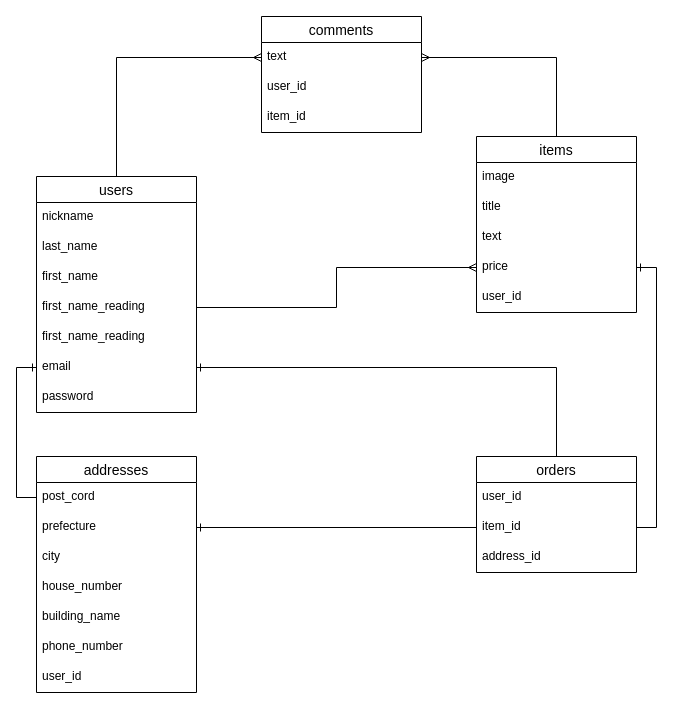
Above: furima.dio in srfm4623/furima-33560 (draw.io), before the change. Source tidied: cells renumbered, new cells numbered last; positions are measured from the earlier drawing's top-left corner, leaving out a move shared by most shapes. Both pictures are drawn from the tidied source at 100%, with x=0, y=0 at pixel (36, 16).
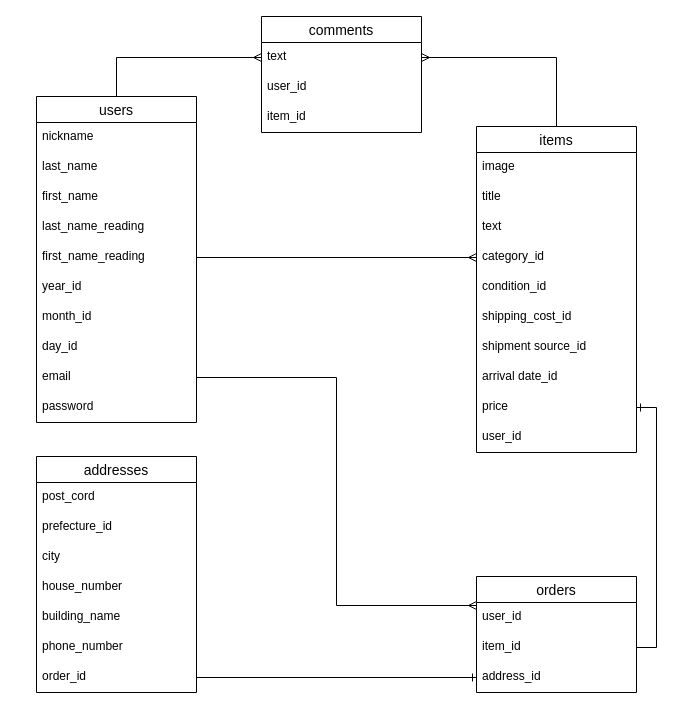
The same diagram, later.

The change refers to these unchanged cells:
```xml
<mxCell id="22" value="addresses" style="swimlane;fontStyle=0;horizontal=1;startSize=26;align=center;fontSize=14;" parent="1" vertex="1">
  <mxGeometry y="440" width="160" height="236" as="geometry" />
</mxCell>
<mxCell id="23" value="post_cord" style="text;strokeColor=none;fillColor=none;spacingLeft=4;spacingRight=4;overflow=hidden;points=[[0,0.5],[1,0.5]];portConstraint=eastwest;fontSize=12;" parent="22" vertex="1">
  <mxGeometry y="26" width="160" height="30" as="geometry" />
</mxCell>
<mxCell id="33" value="item_id" style="text;strokeColor=none;fillColor=none;spacingLeft=4;spacingRight=4;overflow=hidden;points=[[0,0.5],[1,0.5]];portConstraint=eastwest;fontSize=12;" parent="31" vertex="1">
  <mxGeometry y="56" width="160" height="30" as="geometry" />
</mxCell>
<mxCell id="34" value="address_id" style="text;strokeColor=none;fillColor=none;spacingLeft=4;spacingRight=4;overflow=hidden;points=[[0,0.5],[1,0.5]];portConstraint=eastwest;fontSize=12;" parent="31" vertex="1">
  <mxGeometry y="86" width="160" height="30" as="geometry" />
</mxCell>
```

Change to the diagram source:
```diff
@@
     <mxCell id="7" value="users" style="swimlane;fontStyle=0;horizontal=1;startSize=26;align=center;fontSize=14;" parent="1" vertex="1">
-      <mxGeometry y="160" width="160" height="236" as="geometry" />
+      <mxGeometry y="80" width="160" height="326" as="geometry" />
     </mxCell>
@@
+    <mxCell id="12" value="last_name_reading" style="text;strokeColor=none;fillColor=none;spacingLeft=4;spacingRight=4;overflow=hidden;fontSize=12;" parent="7" vertex="1">
+      <mxGeometry y="116" width="160" height="30" as="geometry" />
+    </mxCell>
     <mxCell id="11" value="first_name_reading" style="text;strokeColor=none;fillColor=none;spacingLeft=4;spacingRight=4;overflow=hidden;points=[[0,0.5],[1,0.5]];portConstraint=eastwest;fontSize=12;" parent="7" vertex="1">
-      <mxGeometry y="116" width="160" height="30" as="geometry" />
+      <mxGeometry y="146" width="160" height="30" as="geometry" />
     </mxCell>
-    <mxCell id="12" value="first_name_reading" style="text;strokeColor=none;fillColor=none;spacingLeft=4;spacingRight=4;overflow=hidden;fontSize=12;" parent="7" vertex="1">
-      <mxGeometry y="146" width="160" height="30" as="geometry" />
-    </mxCell>
+    <mxCell id="39" value="year_id" style="text;strokeColor=none;fillColor=none;spacingLeft=4;spacingRight=4;overflow=hidden;fontSize=12;" parent="7" vertex="1">
+      <mxGeometry y="176" width="160" height="30" as="geometry" />
+    </mxCell>
+    <mxCell id="40" value="month_id" style="text;strokeColor=none;fillColor=none;spacingLeft=4;spacingRight=4;overflow=hidden;fontSize=12;" parent="7" vertex="1">
+      <mxGeometry y="206" width="160" height="30" as="geometry" />
+    </mxCell>
+    <mxCell id="41" value="day_id" style="text;strokeColor=none;fillColor=none;spacingLeft=4;spacingRight=4;overflow=hidden;fontSize=12;" parent="7" vertex="1">
+      <mxGeometry y="236" width="160" height="30" as="geometry" />
+    </mxCell>
     <mxCell id="13" value="email" style="text;strokeColor=none;fillColor=none;spacingLeft=4;spacingRight=4;overflow=hidden;points=[[0,0.5],[1,0.5]];portConstraint=eastwest;fontSize=12;" parent="7" vertex="1">
-      <mxGeometry y="176" width="160" height="30" as="geometry" />
+      <mxGeometry y="266" width="160" height="30" as="geometry" />
     </mxCell>
     <mxCell id="14" value="password" style="text;strokeColor=none;fillColor=none;spacingLeft=4;spacingRight=4;overflow=hidden;fontSize=12;" parent="7" vertex="1">
-      <mxGeometry y="206" width="160" height="30" as="geometry" />
+      <mxGeometry y="296" width="160" height="30" as="geometry" />
     </mxCell>
@@
     <mxCell id="16" value="items" style="swimlane;fontStyle=0;horizontal=1;startSize=26;align=center;fontSize=14;" parent="1" vertex="1">
-      <mxGeometry x="440" y="120" width="160" height="176" as="geometry" />
+      <mxGeometry x="440" y="110" width="160" height="326" as="geometry" />
     </mxCell>
@@
+    <mxCell id="42" value="category_id" style="text;strokeColor=none;fillColor=none;spacingLeft=4;spacingRight=4;overflow=hidden;points=[[0,0.5],[1,0.5]];portConstraint=eastwest;fontSize=12;" parent="16" vertex="1">
+      <mxGeometry y="116" width="160" height="30" as="geometry" />
+    </mxCell>
+    <mxCell id="43" value="condition_id" style="text;strokeColor=none;fillColor=none;spacingLeft=4;spacingRight=4;overflow=hidden;fontSize=12;" parent="16" vertex="1">
+      <mxGeometry y="146" width="160" height="30" as="geometry" />
+    </mxCell>
+    <mxCell id="44" value="shipping_cost_id" style="text;strokeColor=none;fillColor=none;spacingLeft=4;spacingRight=4;overflow=hidden;fontSize=12;" parent="16" vertex="1">
+      <mxGeometry y="176" width="160" height="30" as="geometry" />
+    </mxCell>
+    <mxCell id="45" value="shipment source_id" style="text;strokeColor=none;fillColor=none;spacingLeft=4;spacingRight=4;overflow=hidden;fontSize=12;" parent="16" vertex="1">
+      <mxGeometry y="206" width="160" height="30" as="geometry" />
+    </mxCell>
+    <mxCell id="46" value="arrival date_id" style="text;strokeColor=none;fillColor=none;spacingLeft=4;spacingRight=4;overflow=hidden;fontSize=12;" parent="16" vertex="1">
+      <mxGeometry y="236" width="160" height="30" as="geometry" />
+    </mxCell>
     <mxCell id="20" value="price" style="text;strokeColor=none;fillColor=none;spacingLeft=4;spacingRight=4;overflow=hidden;points=[[0,0.5],[1,0.5]];portConstraint=eastwest;fontSize=12;" parent="16" vertex="1">
-      <mxGeometry y="116" width="160" height="30" as="geometry" />
+      <mxGeometry y="266" width="160" height="30" as="geometry" />
     </mxCell>
     <mxCell id="21" value="user_id" style="text;strokeColor=none;fillColor=none;spacingLeft=4;spacingRight=4;overflow=hidden;fontSize=12;" parent="16" vertex="1">
-      <mxGeometry y="146" width="160" height="30" as="geometry" />
+      <mxGeometry y="296" width="160" height="30" as="geometry" />
     </mxCell>
@@
-    <mxCell id="24" value="prefecture" style="text;strokeColor=none;fillColor=none;spacingLeft=4;spacingRight=4;overflow=hidden;points=[[0,0.5],[1,0.5]];portConstraint=eastwest;fontSize=12;" parent="22" vertex="1">
+    <mxCell id="24" value="prefecture_id" style="text;strokeColor=none;fillColor=none;spacingLeft=4;spacingRight=4;overflow=hidden;points=[[0,0.5],[1,0.5]];portConstraint=eastwest;fontSize=12;" parent="22" vertex="1">
       <mxGeometry y="56" width="160" height="30" as="geometry" />
     </mxCell>
@@
-    <mxCell id="29" value="user_id" style="text;strokeColor=none;fillColor=none;spacingLeft=4;spacingRight=4;overflow=hidden;points=[[0,0.5],[1,0.5]];portConstraint=eastwest;fontSize=12;" parent="22" vertex="1">
+    <mxCell id="29" value="order_id" style="text;strokeColor=none;fillColor=none;spacingLeft=4;spacingRight=4;overflow=hidden;points=[[0,0.5],[1,0.5]];portConstraint=eastwest;fontSize=12;" parent="22" vertex="1">
       <mxGeometry y="206" width="160" height="30" as="geometry" />
     </mxCell>
-    <mxCell id="30" style="edgeStyle=orthogonalEdgeStyle;rounded=0;jettySize=auto;html=1;exitX=0.5;exitY=0;exitDx=0;exitDy=0;entryX=1;entryY=0.5;entryDx=0;entryDy=0;endArrow=ERone;endFill=0;" parent="1" edge="1" source="31" target="13">
-      <mxGeometry relative="1" as="geometry" />
-    </mxCell>
     <mxCell id="31" value="orders" style="swimlane;fontStyle=0;horizontal=1;startSize=26;align=center;fontSize=14;" parent="1" vertex="1">
-      <mxGeometry x="440" y="440" width="160" height="116" as="geometry" />
+      <mxGeometry x="440" y="560" width="160" height="116" as="geometry" />
     </mxCell>
@@
-    <mxCell id="35" style="edgeStyle=orthogonalEdgeStyle;rounded=0;jettySize=auto;html=1;exitX=1;exitY=0.5;exitDx=0;exitDy=0;entryX=0;entryY=0.5;entryDx=0;entryDy=0;endArrow=ERmany;endFill=0;" parent="1" edge="1" source="11" target="20">
+    <mxCell id="35" style="edgeStyle=orthogonalEdgeStyle;rounded=0;jettySize=auto;html=1;exitX=1;exitY=0.5;exitDx=0;exitDy=0;entryX=0;entryY=0.5;entryDx=0;entryDy=0;endArrow=ERmany;endFill=0;" parent="1" edge="1" source="11" target="42">
       <mxGeometry relative="1" as="geometry" />
     </mxCell>
-    <mxCell id="36" style="edgeStyle=orthogonalEdgeStyle;rounded=0;jettySize=auto;html=1;exitX=0;exitY=0.5;exitDx=0;exitDy=0;entryX=1;entryY=0.5;entryDx=0;entryDy=0;endArrow=ERone;endFill=0;" parent="1" edge="1" source="33" target="24">
-      <mxGeometry relative="1" as="geometry" />
-    </mxCell>
-    <mxCell id="37" style="edgeStyle=orthogonalEdgeStyle;rounded=0;jettySize=auto;html=1;exitX=1;exitY=0.5;exitDx=0;exitDy=0;entryX=1;entryY=0.5;entryDx=0;entryDy=0;endArrow=ERone;endFill=0;" parent="1" edge="1" source="33" target="20">
+    <mxCell id="37" style="edgeStyle=orthogonalEdgeStyle;rounded=0;jettySize=auto;html=1;exitX=1;exitY=0.5;exitDx=0;exitDy=0;endArrow=ERone;endFill=0;entryX=1;entryY=0.5;entryDx=0;entryDy=0;" parent="1" edge="1" source="33" target="20">
       <mxGeometry relative="1" as="geometry" />
     </mxCell>
-    <mxCell id="38" style="edgeStyle=orthogonalEdgeStyle;rounded=0;jettySize=auto;html=1;exitX=0;exitY=0.5;exitDx=0;exitDy=0;entryX=0;entryY=0.5;entryDx=0;entryDy=0;endArrow=ERone;endFill=0;" parent="1" edge="1" source="23" target="13">
-      <mxGeometry relative="1" as="geometry" />
-    </mxCell>
+    <mxCell id="47" style="edgeStyle=orthogonalEdgeStyle;rounded=0;jettySize=auto;html=1;exitX=1;exitY=0.5;exitDx=0;exitDy=0;entryX=0;entryY=0.25;entryDx=0;entryDy=0;endArrow=ERmany;endFill=0;" parent="1" edge="1" source="13" target="31">
+      <mxGeometry relative="1" as="geometry" />
+    </mxCell>
+    <mxCell id="48" style="edgeStyle=orthogonalEdgeStyle;rounded=0;jettySize=auto;html=1;exitX=1;exitY=0.5;exitDx=0;exitDy=0;entryX=0;entryY=0.5;entryDx=0;entryDy=0;endArrow=ERone;endFill=0;" parent="1" edge="1" source="29" target="34">
+      <mxGeometry relative="1" as="geometry" />
+    </mxCell>
```
